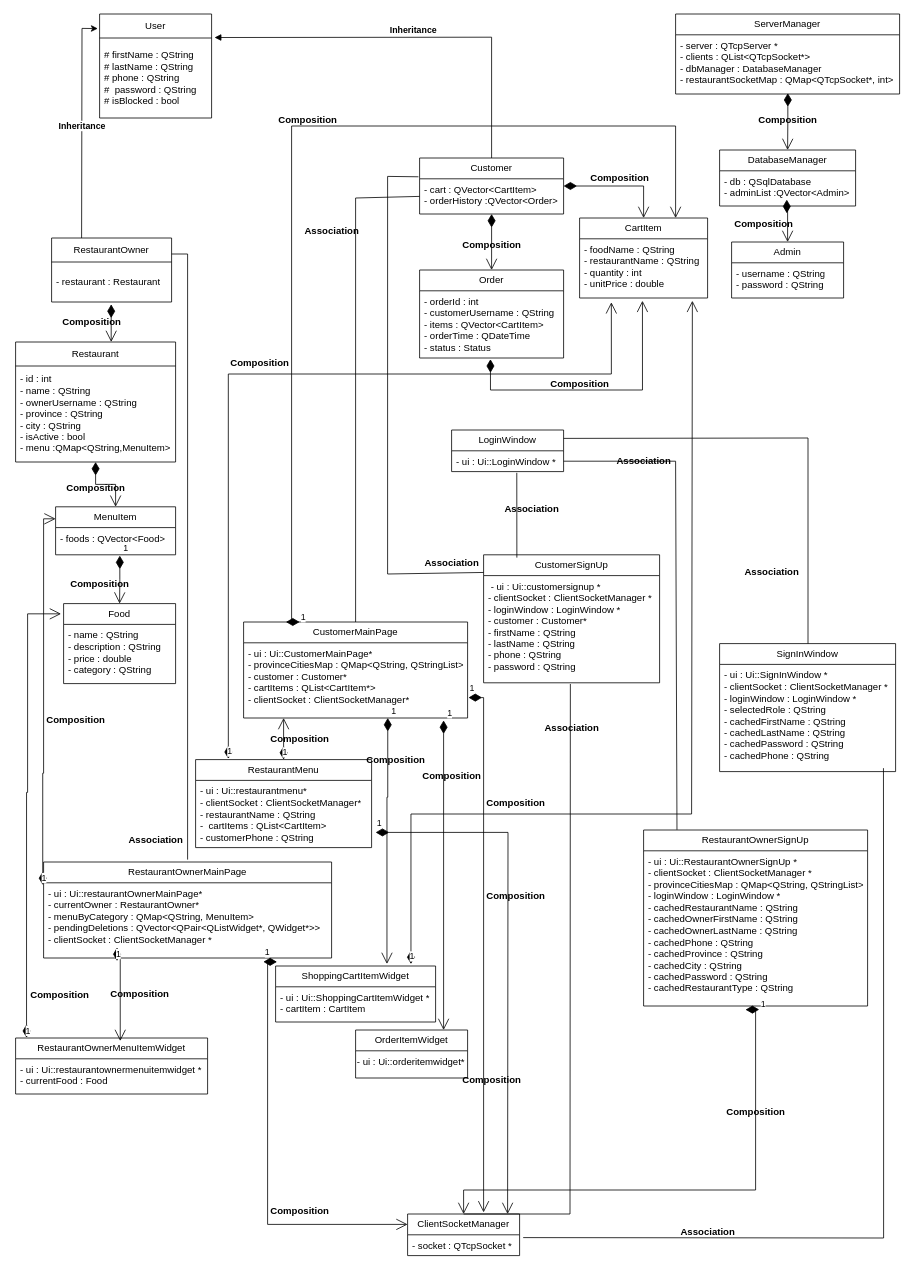
Before: Untitled Diagram.drawio in pooratho/FOOD, a draw.io diagram. Source tidied: cells renumbered, new cells numbered last; positions are measured from the earlier drawing's top-left corner, leaving out a move shared by most shapes. Both pictures are drawn from the tidied source at 80%, with x=0, y=0 at pixel (15, 14).
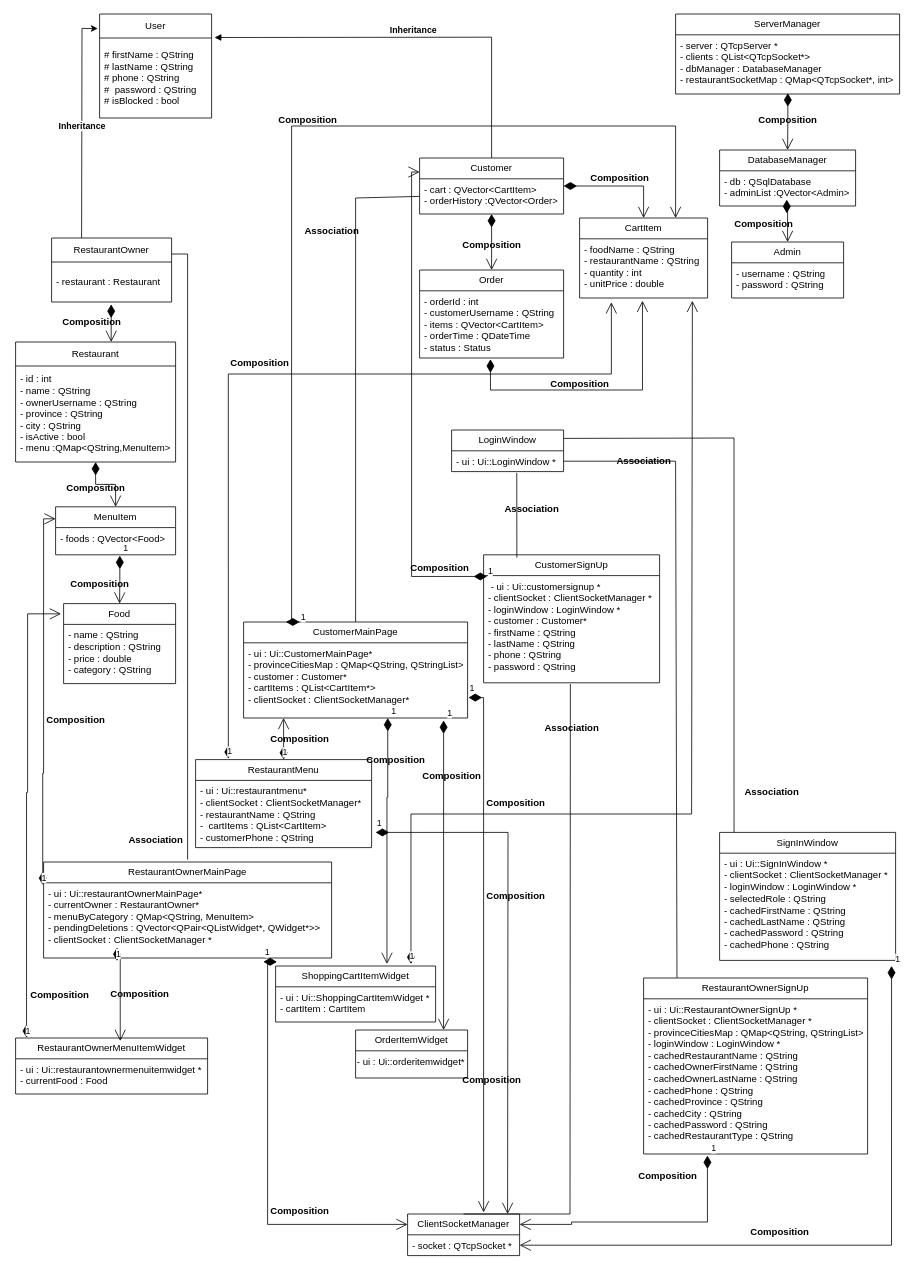
Above is the later version.

Unchanged cells that the change refers to:
```xml
<mxCell id="19" value="Customer" style="swimlane;fontStyle=0;horizontal=1;startSize=26;fillColor=none;whiteSpace=wrap;html=1;" parent="1" vertex="1">
  <mxGeometry x="505" y="180" width="180" height="70" as="geometry" />
</mxCell>
<mxCell id="20" value="- cart : QVector&amp;lt;CartItem&amp;gt;&lt;br&gt;- orderHistory :QVector&amp;lt;Order&amp;gt;" style="text;strokeColor=none;fillColor=none;align=left;verticalAlign=top;spacingLeft=4;spacingRight=4;overflow=hidden;points=[[0,0.5],[1,0.5]];portConstraint=eastwest;whiteSpace=wrap;html=1;" parent="19" vertex="1">
  <mxGeometry y="26" width="180" height="44" as="geometry" />
</mxCell>
<mxCell id="41" value="ClientSocketManager" style="swimlane;fontStyle=0;horizontal=1;startSize=26;fillColor=none;whiteSpace=wrap;html=1;" parent="1" vertex="1">
  <mxGeometry x="490" y="1500" width="140" height="52" as="geometry" />
</mxCell>
<mxCell id="42" value="-&amp;nbsp;socket :&amp;nbsp;QTcpSocket *" style="text;strokeColor=none;fillColor=none;align=left;verticalAlign=top;spacingLeft=4;spacingRight=4;overflow=hidden;points=[[0,0.5],[1,0.5]];portConstraint=eastwest;whiteSpace=wrap;html=1;" parent="41" vertex="1">
  <mxGeometry y="26" width="140" height="26" as="geometry" />
</mxCell>
<mxCell id="46" value="&lt;div&gt;- ui : Ui::SignInWindow *&lt;/div&gt;&lt;div&gt;-&amp;nbsp;clientSocket :&amp;nbsp;ClientSocketManager *&lt;/div&gt;&lt;div&gt;-&amp;nbsp;loginWindow :&amp;nbsp;LoginWindow *&lt;/div&gt;&lt;div&gt;-&amp;nbsp;selectedRole : QString&lt;/div&gt;&lt;div&gt;- cachedFirstName : QString&lt;/div&gt;&lt;div&gt;- cachedLastName : QString&lt;/div&gt;&lt;div&gt;- cachedPassword : QString&lt;/div&gt;&lt;div&gt;- cachedPhone : QString&lt;br&gt;&lt;br&gt;&lt;/div&gt;" style="text;strokeColor=none;fillColor=none;align=left;verticalAlign=top;spacingLeft=4;spacingRight=4;overflow=hidden;points=[[0,0.5],[1,0.5]];portConstraint=eastwest;whiteSpace=wrap;html=1;" parent="45" vertex="1">
  <mxGeometry y="26" width="220" height="134" as="geometry" />
</mxCell>
<mxCell id="51" value="CustomerSignUp" style="swimlane;fontStyle=0;horizontal=1;startSize=26;fillColor=none;whiteSpace=wrap;html=1;" parent="1" vertex="1">
  <mxGeometry x="585" y="676" width="220" height="160" as="geometry" />
</mxCell>
<mxCell id="52" value="&amp;nbsp;- ui : Ui::customersignup *&lt;br&gt;&lt;div&gt;- clientSocket : ClientSocketManager *&lt;/div&gt;&lt;div&gt;-&amp;nbsp;loginWindow :&amp;nbsp;LoginWindow *&lt;/div&gt;- customer : Customer*&lt;br&gt;&lt;div&gt;- firstName : QString&lt;/div&gt;&lt;div&gt;- lastName :&amp;nbsp;QString&lt;/div&gt;&lt;div&gt;- phone :&amp;nbsp;QString&lt;/div&gt;&lt;div&gt;- password :&amp;nbsp;QString&lt;/div&gt;" style="text;strokeColor=none;fillColor=none;align=left;verticalAlign=top;spacingLeft=4;spacingRight=4;overflow=hidden;points=[[0,0.5],[1,0.5]];portConstraint=eastwest;whiteSpace=wrap;html=1;" parent="51" vertex="1">
  <mxGeometry y="26" width="220" height="134" as="geometry" />
</mxCell>
<mxCell id="63" value="&lt;div&gt;- ui : Ui::RestaurantOwnerSignUp *&lt;/div&gt;&lt;div&gt;-&amp;nbsp;clientSocket :&amp;nbsp;ClientSocketManager *&lt;/div&gt;&lt;div&gt;- provinceCitiesMap : QMap&amp;lt;QString, QStringList&amp;gt;&lt;/div&gt;- loginWindow : LoginWindow *&lt;br&gt;&lt;div&gt;- cachedRestaurantName : QString&lt;/div&gt;&lt;div&gt;- cachedOwnerFirstName :&amp;nbsp;QString&lt;/div&gt;- cachedOwnerLastName : QString&lt;br&gt;- cachedPhone : QString&lt;br&gt;- cachedProvince : QString&lt;br&gt;- cachedCity : QString&lt;br&gt;- cachedPassword : QString&lt;br&gt;- cachedRestaurantType : QString" style="text;strokeColor=none;fillColor=none;align=left;verticalAlign=top;spacingLeft=4;spacingRight=4;overflow=hidden;points=[[0,0.5],[1,0.5]];portConstraint=eastwest;whiteSpace=wrap;html=1;" parent="62" vertex="1">
  <mxGeometry y="26" width="280" height="194" as="geometry" />
</mxCell>
```

Diff of the diagram source:
```diff
@@
     <mxCell id="45" value="SignInWindow" style="swimlane;fontStyle=0;horizontal=1;startSize=26;fillColor=none;whiteSpace=wrap;html=1;" parent="1" vertex="1">
-      <mxGeometry x="880" y="787" width="220" height="160" as="geometry" />
+      <mxGeometry x="880" y="1023" width="220" height="160" as="geometry" />
     </mxCell>
@@
     <mxCell id="47" value="&lt;strong&gt;Association&lt;/strong&gt; " style="text;align=center;fontStyle=1;verticalAlign=middle;spacingLeft=3;spacingRight=3;strokeColor=none;html=1;" parent="1" vertex="1">
-      <mxGeometry x="905" y="685" width="80" height="26" as="geometry" />
+      <mxGeometry x="905" y="960" width="80" height="26" as="geometry" />
     </mxCell>
-    <mxCell id="48" style="endArrow=none;html=1;rounded=0;entryX=0.931;entryY=0.968;entryDx=0;entryDy=0;entryPerimeter=0;" parent="1" edge="1" target="46">
-      <mxGeometry relative="1" as="geometry">
-        <mxPoint x="1085" y="1530" as="sourcePoint" />
-        <Array as="points">
-          <mxPoint x="1085" y="1240" />
-        </Array>
-      </mxGeometry>
-    </mxCell>
-    <mxCell id="49" style="endArrow=none;html=1;rounded=0;exitX=1.032;exitY=0.135;exitDx=0;exitDy=0;exitPerimeter=0;" parent="1" edge="1" source="42">
-      <mxGeometry relative="1" as="geometry">
-        <mxPoint x="1085" y="1530" as="targetPoint" />
-      </mxGeometry>
-    </mxCell>
-    <mxCell id="50" value="&lt;strong&gt;Association&lt;/strong&gt; " style="text;align=center;fontStyle=1;verticalAlign=middle;spacingLeft=3;spacingRight=3;strokeColor=none;html=1;" parent="1" vertex="1">
-      <mxGeometry x="825" y="1510" width="80" height="26" as="geometry" />
-    </mxCell>
@@
-    <mxCell id="55" style="endArrow=none;html=1;rounded=0;exitX=0;exitY=0.138;exitDx=0;exitDy=0;exitPerimeter=0;entryX=-0.008;entryY=-0.057;entryDx=0;entryDy=0;entryPerimeter=0;" parent="1" edge="1" source="51" target="20">
-      <mxGeometry relative="1" as="geometry">
-        <Array as="points">
-          <mxPoint x="465" y="700" />
-          <mxPoint x="465" y="203" />
-        </Array>
-      </mxGeometry>
-    </mxCell>
-    <mxCell id="56" value="&lt;strong&gt;Association&lt;/strong&gt; " style="text;align=center;fontStyle=1;verticalAlign=middle;spacingLeft=3;spacingRight=3;strokeColor=none;html=1;" parent="1" vertex="1">
-      <mxGeometry x="505" y="674" width="80" height="26" as="geometry" />
-    </mxCell>
@@
-    <mxCell id="60" style="endArrow=none;html=1;rounded=0;entryX=1.032;entryY=0.096;entryDx=0;entryDy=0;entryPerimeter=0;exitX=0.5;exitY=0;exitDx=0;exitDy=0;" parent="1" edge="1">
+    <mxCell id="60" style="endArrow=none;html=1;rounded=0;entryX=1.032;entryY=0.096;entryDx=0;entryDy=0;entryPerimeter=0;exitX=0.082;exitY=0;exitDx=0;exitDy=0;exitPerimeter=0;" parent="1" edge="1" source="45">
       <mxGeometry relative="1" as="geometry">
-        <mxPoint x="990.5" y="787" as="sourcePoint" />
         <mxPoint x="685" y="530.5" as="targetPoint" />
         <Array as="points">
-          <mxPoint x="990.5" y="530" />
+          <mxPoint x="898" y="530" />
         </Array>
       </mxGeometry>
     </mxCell>
@@
     <mxCell id="62" value="RestaurantOwnerSignUp" style="swimlane;fontStyle=0;horizontal=1;startSize=26;fillColor=none;whiteSpace=wrap;html=1;" parent="1" vertex="1">
-      <mxGeometry x="785" y="1020" width="280" height="220" as="geometry" />
+      <mxGeometry x="785" y="1205" width="280" height="220" as="geometry" />
     </mxCell>
@@
     <mxCell id="64" value="Composition" style="text;align=center;fontStyle=1;verticalAlign=middle;spacingLeft=3;spacingRight=3;strokeColor=none;html=1;" parent="1" vertex="1">
-      <mxGeometry x="885" y="1360" width="80" height="26" as="geometry" />
+      <mxGeometry x="775" y="1440" width="80" height="26" as="geometry" />
     </mxCell>
@@
-    <mxCell id="69" value="1" style="endArrow=open;html=1;endSize=12;startArrow=diamondThin;startSize=14;startFill=1;edgeStyle=orthogonalEdgeStyle;align=left;verticalAlign=bottom;rounded=0;entryX=0.5;entryY=0;entryDx=0;entryDy=0;exitX=0.516;exitY=1.023;exitDx=0;exitDy=0;exitPerimeter=0;" parent="1" edge="1" source="63" target="41">
-      <mxGeometry x="-1" y="3" relative="1" as="geometry">
-        <Array as="points">
-          <mxPoint x="925" y="1244" />
-          <mxPoint x="925" y="1470" />
-          <mxPoint x="560" y="1470" />
-        </Array>
-      </mxGeometry>
-    </mxCell>
@@
+    <mxCell id="69" value="1" style="endArrow=open;html=1;endSize=12;startArrow=diamondThin;startSize=14;startFill=1;edgeStyle=orthogonalEdgeStyle;align=left;verticalAlign=bottom;rounded=0;exitX=0.285;exitY=1.01;exitDx=0;exitDy=0;exitPerimeter=0;entryX=1;entryY=0.25;entryDx=0;entryDy=0;" parent="1" edge="1" source="63" target="41">
+      <mxGeometry x="-1" y="3" relative="1" as="geometry">
+        <Array as="points">
+          <mxPoint x="865" y="1510" />
+          <mxPoint x="695" y="1510" />
+          <mxPoint x="695" y="1513" />
+        </Array>
+      </mxGeometry>
+    </mxCell>
+    <mxCell id="108" value="1" style="endArrow=open;html=1;endSize=12;startArrow=diamondThin;startSize=14;startFill=1;edgeStyle=orthogonalEdgeStyle;align=left;verticalAlign=bottom;rounded=0;exitX=0.02;exitY=0.008;exitDx=0;exitDy=0;exitPerimeter=0;entryX=0;entryY=0.25;entryDx=0;entryDy=0;" parent="1" edge="1" source="52" target="19">
+      <mxGeometry x="-1" y="3" relative="1" as="geometry" />
+    </mxCell>
+    <mxCell id="109" value="Composition" style="text;align=center;fontStyle=1;verticalAlign=middle;spacingLeft=3;spacingRight=3;strokeColor=none;html=1;" parent="1" vertex="1">
+      <mxGeometry x="490" y="680" width="80" height="26" as="geometry" />
+    </mxCell>
+    <mxCell id="110" value="1" style="endArrow=open;html=1;endSize=12;startArrow=diamondThin;startSize=14;startFill=1;edgeStyle=orthogonalEdgeStyle;align=left;verticalAlign=bottom;rounded=0;exitX=0.977;exitY=1.052;exitDx=0;exitDy=0;exitPerimeter=0;entryX=1;entryY=0.5;entryDx=0;entryDy=0;" parent="1" edge="1" source="46" target="42">
+      <mxGeometry x="-1" y="3" relative="1" as="geometry">
+        <Array as="points">
+          <mxPoint x="1095" y="1539" />
+        </Array>
+      </mxGeometry>
+    </mxCell>
+    <mxCell id="111" value="Composition" style="text;align=center;fontStyle=1;verticalAlign=middle;spacingLeft=3;spacingRight=3;strokeColor=none;html=1;" parent="1" vertex="1">
+      <mxGeometry x="915" y="1510" width="80" height="26" as="geometry" />
+    </mxCell>
```
